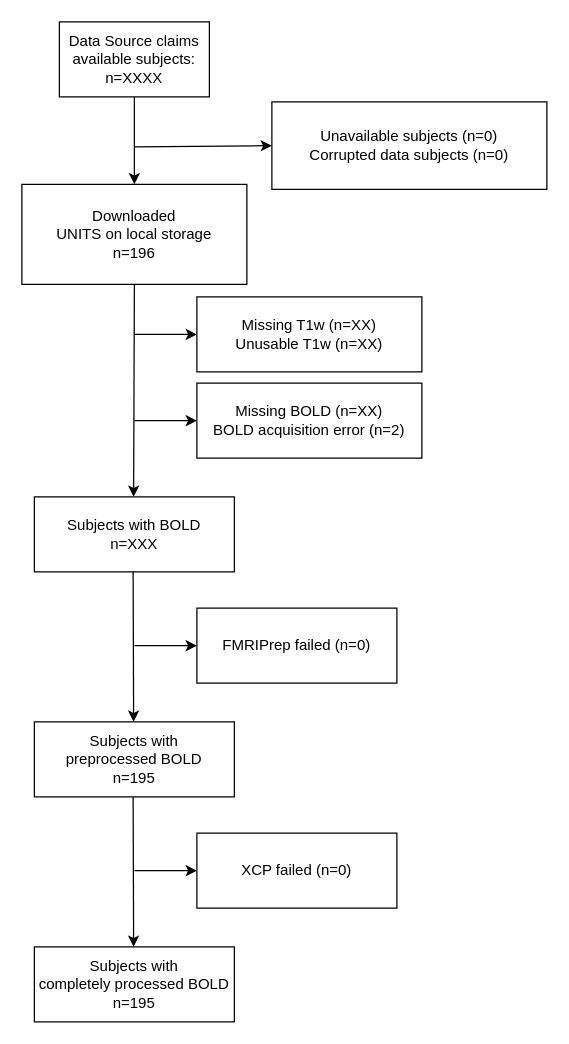
Above: PennLINC/CCNP_BIDS_Fix/participation.drawio in YumekaMengjiaLYU/RBC (draw.io), before the change. Source tidied: cells renumbered, new cells numbered last; positions are measured from the earlier drawing's top-left corner, leaving out a move shared by most shapes. Both pictures are drawn from the tidied source at 125%, with x=0, y=0 at pixel (21, 21).
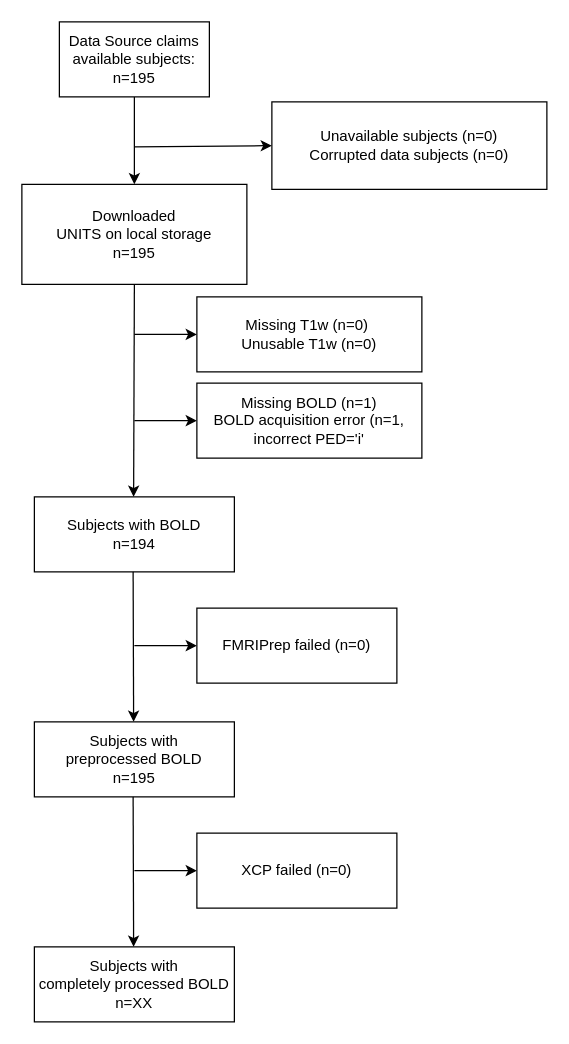
The same diagram, later.

Change to the diagram source:
```diff
@@
-    <mxCell id="2" value="&lt;div&gt;Data Source claims available subjects:&lt;/div&gt;&lt;div&gt;n=XXXX&lt;br&gt;&lt;/div&gt;" style="rounded=0;whiteSpace=wrap;html=1;" parent="1" vertex="1">
+    <mxCell id="2" value="&lt;div&gt;Data Source claims available subjects:&lt;/div&gt;&lt;div&gt;n=195&lt;br&gt;&lt;/div&gt;" style="rounded=0;whiteSpace=wrap;html=1;" parent="1" vertex="1">
       <mxGeometry x="30" width="120" height="60" as="geometry" />
     </mxCell>
-    <mxCell id="3" value="&lt;div&gt;Downloaded&lt;/div&gt;&lt;div&gt;UNITS on local storage&lt;/div&gt;&lt;div&gt;n=196&lt;br&gt;&lt;/div&gt;" style="rounded=0;whiteSpace=wrap;html=1;" parent="1" vertex="1">
+    <mxCell id="3" value="&lt;div&gt;Downloaded&lt;/div&gt;&lt;div&gt;UNITS on local storage&lt;/div&gt;&lt;div&gt;n=195&lt;br&gt;&lt;/div&gt;" style="rounded=0;whiteSpace=wrap;html=1;" parent="1" vertex="1">
       <mxGeometry y="130" width="180" height="80" as="geometry" />
     </mxCell>
@@
-    <mxCell id="6" value="&lt;div&gt;Missing T1w (n=XX)&lt;/div&gt;Unusable T1w (n=XX)" style="rounded=0;whiteSpace=wrap;html=1;" parent="1" vertex="1">
+    <mxCell id="6" value="&lt;div&gt;Missing T1w (n=0)&amp;nbsp;&lt;/div&gt;Unusable T1w (n=0)" style="rounded=0;whiteSpace=wrap;html=1;" parent="1" vertex="1">
       <mxGeometry x="140" y="220" width="180" height="60" as="geometry" />
     </mxCell>
@@
-    <mxCell id="10" value="&lt;div&gt;Subjects with BOLD&lt;br&gt;&lt;/div&gt;&lt;div&gt;n=XXX&lt;br&gt;&lt;/div&gt;" style="rounded=0;whiteSpace=wrap;html=1;" parent="1" vertex="1">
+    <mxCell id="10" value="&lt;div&gt;Subjects with BOLD&lt;br&gt;&lt;/div&gt;&lt;div&gt;n=194&lt;br&gt;&lt;/div&gt;" style="rounded=0;whiteSpace=wrap;html=1;" parent="1" vertex="1">
       <mxGeometry x="10" y="380" width="160" height="60" as="geometry" />
     </mxCell>
@@
-    <mxCell id="12" value="&lt;div&gt;Missing BOLD (n=XX)&lt;/div&gt;BOLD acquisition error (n=2)" style="rounded=0;whiteSpace=wrap;html=1;" parent="1" vertex="1">
+    <mxCell id="12" value="&lt;div&gt;Missing BOLD (n=1)&lt;/div&gt;BOLD acquisition error (n=1, incorrect PED='i'" style="rounded=0;whiteSpace=wrap;html=1;" parent="1" vertex="1">
       <mxGeometry x="140" y="289" width="180" height="60" as="geometry" />
     </mxCell>
@@
-    <mxCell id="20" value="&lt;div&gt;Subjects with&lt;/div&gt;&lt;div&gt;completely processed BOLD&lt;/div&gt;&lt;div&gt;n=195&lt;br&gt;&lt;/div&gt;" style="rounded=0;whiteSpace=wrap;html=1;" parent="1" vertex="1">
+    <mxCell id="20" value="&lt;div&gt;Subjects with&lt;/div&gt;&lt;div&gt;completely processed BOLD&lt;/div&gt;&lt;div&gt;n=XX&lt;br&gt;&lt;/div&gt;" style="rounded=0;whiteSpace=wrap;html=1;" parent="1" vertex="1">
       <mxGeometry x="10" y="740" width="160" height="60" as="geometry" />
     </mxCell>
```
